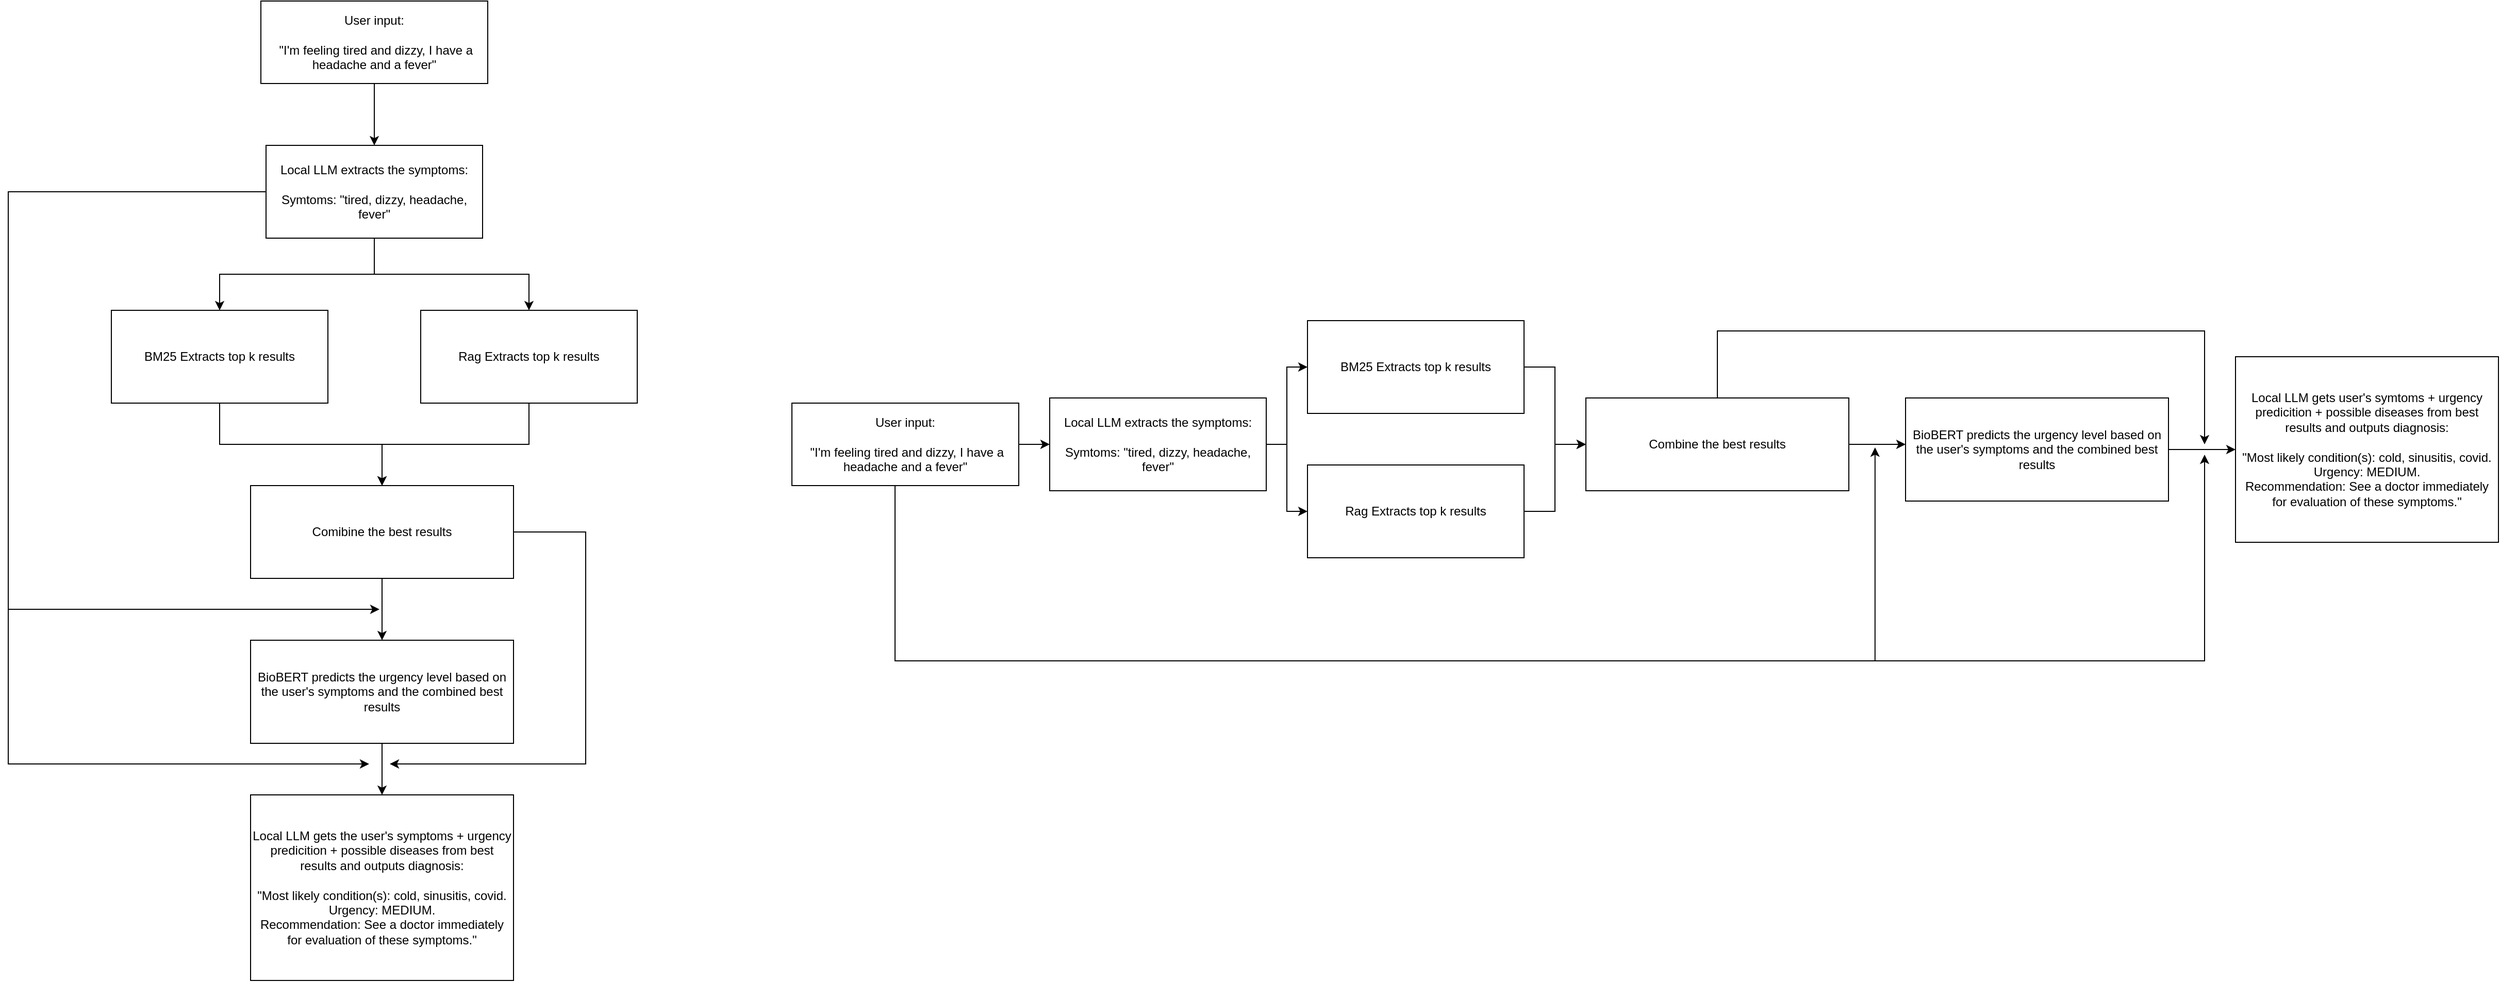
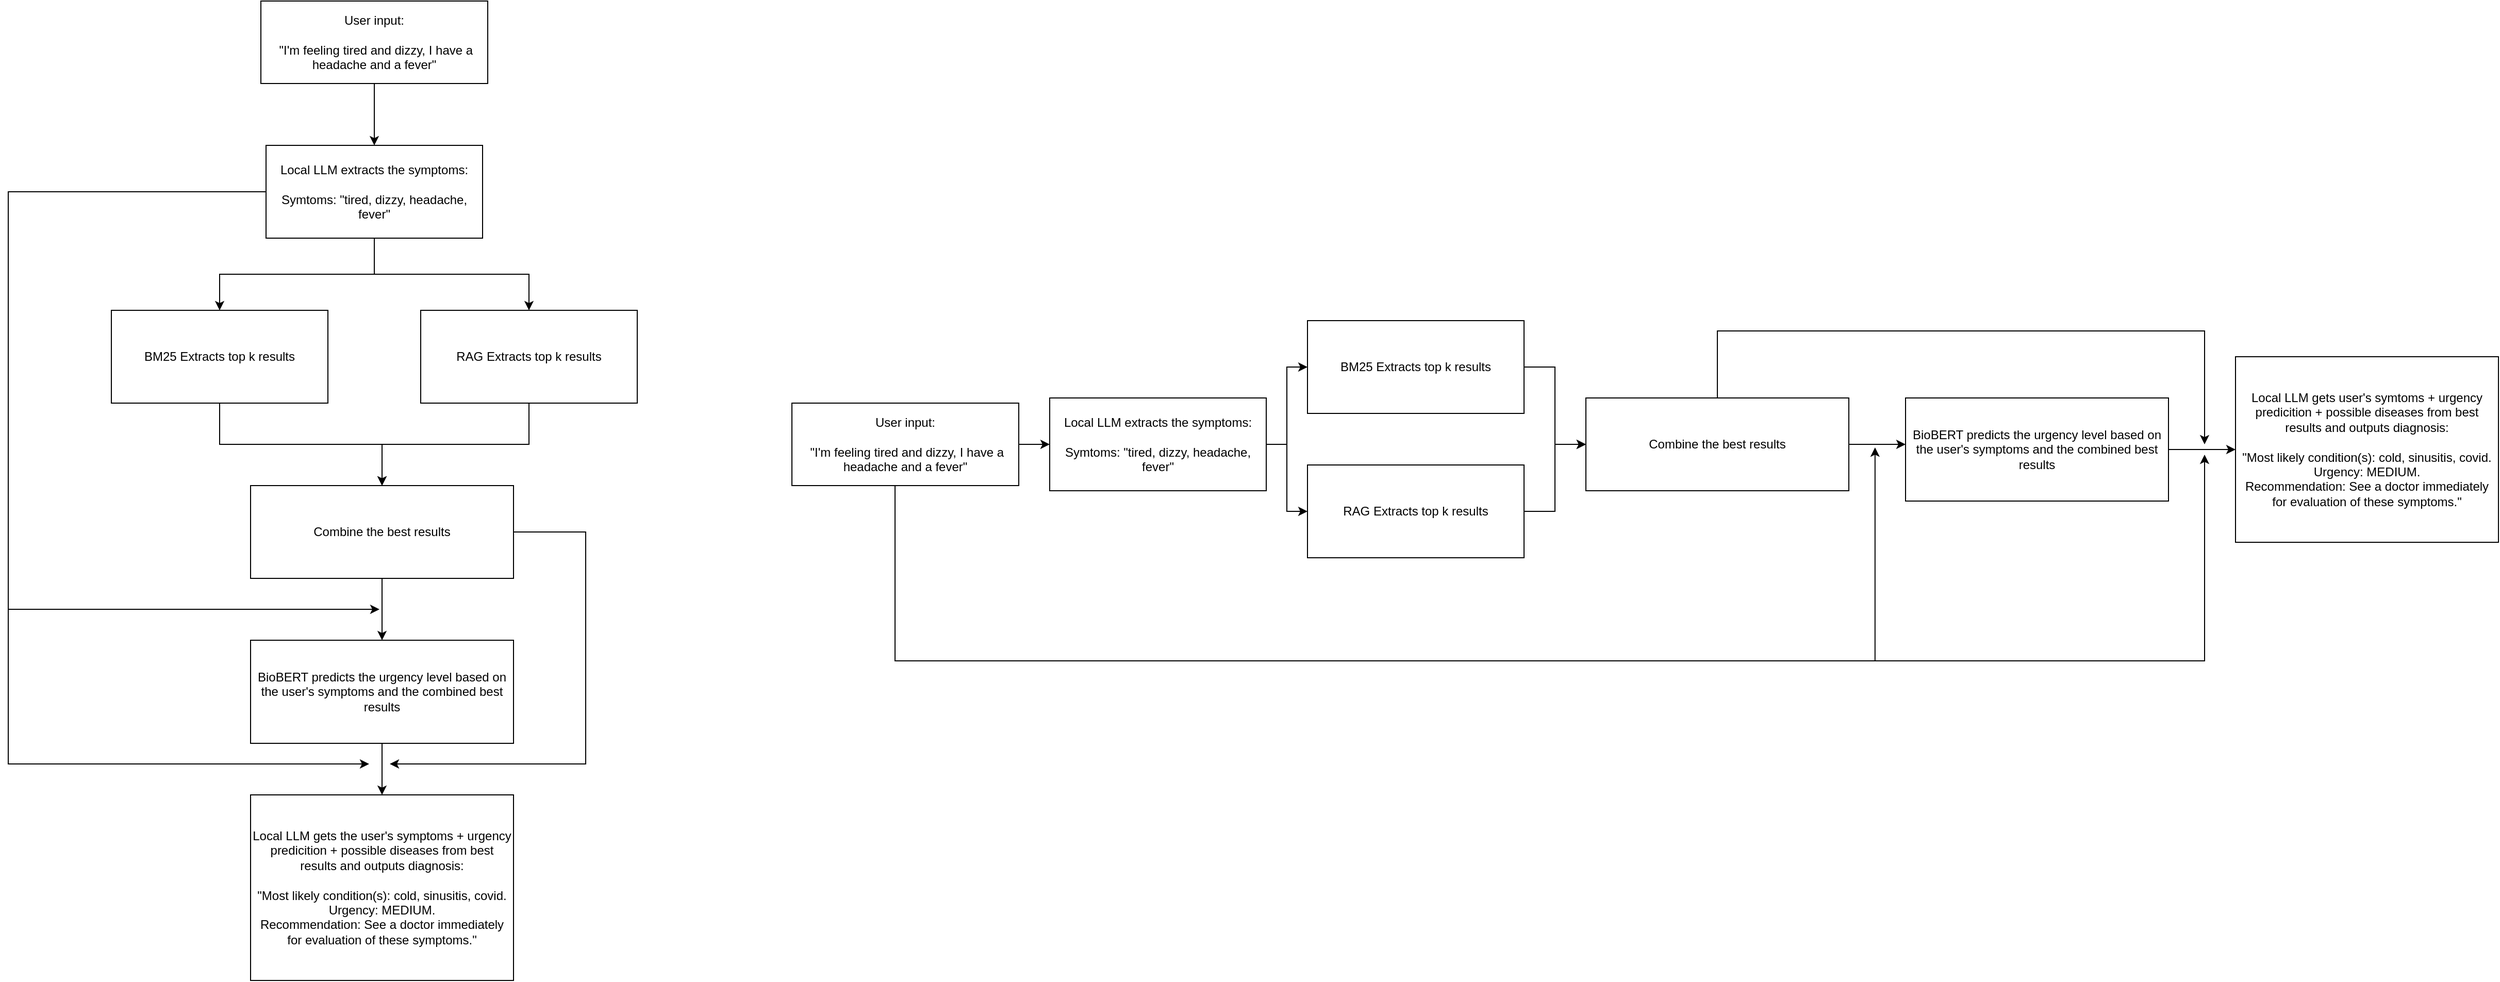
<mxfile host="app.diagrams.net">
  <diagram name="Page-1" id="xwwan3JBwpwhcqVraBZ7">
    <mxGraphModel dx="1965" dy="1125" grid="1" gridSize="10" guides="1" tooltips="1" connect="1" arrows="1" fold="1" page="1" pageScale="1" pageWidth="1100" pageHeight="1700" math="0" shadow="0">
      <root>
        <mxCell id="0" />
        <mxCell id="1" parent="0" />
        <mxCell id="aHj3oTs3HQtHgEqtrpzf-4" edge="1" parent="1" source="aHj3oTs3HQtHgEqtrpzf-1" style="edgeStyle=orthogonalEdgeStyle;rounded=0;orthogonalLoop=1;jettySize=auto;html=1;" target="aHj3oTs3HQtHgEqtrpzf-3">
          <mxGeometry relative="1" as="geometry" />
        </mxCell>
        <mxCell id="aHj3oTs3HQtHgEqtrpzf-1" parent="1" style="rounded=0;whiteSpace=wrap;html=1;" value="User input:&lt;div&gt;&lt;br&gt;&lt;/div&gt;&lt;div&gt;&amp;nbsp;&quot;I&#39;m feeling tired and dizzy, I have a headache and a fever&quot;&lt;/div&gt;" vertex="1">
          <mxGeometry height="80" width="220" x="355" y="30" as="geometry" />
        </mxCell>
        <mxCell id="aHj3oTs3HQtHgEqtrpzf-7" edge="1" parent="1" source="aHj3oTs3HQtHgEqtrpzf-3" style="edgeStyle=orthogonalEdgeStyle;rounded=0;orthogonalLoop=1;jettySize=auto;html=1;" target="aHj3oTs3HQtHgEqtrpzf-5">
          <mxGeometry relative="1" as="geometry" />
        </mxCell>
        <mxCell id="aHj3oTs3HQtHgEqtrpzf-8" edge="1" parent="1" source="aHj3oTs3HQtHgEqtrpzf-3" style="edgeStyle=orthogonalEdgeStyle;rounded=0;orthogonalLoop=1;jettySize=auto;html=1;entryX=0.5;entryY=0;entryDx=0;entryDy=0;" target="aHj3oTs3HQtHgEqtrpzf-6">
          <mxGeometry relative="1" as="geometry" />
        </mxCell>
        <mxCell id="aHj3oTs3HQtHgEqtrpzf-17" edge="1" parent="1" source="aHj3oTs3HQtHgEqtrpzf-3" style="edgeStyle=orthogonalEdgeStyle;rounded=0;orthogonalLoop=1;jettySize=auto;html=1;">
          <mxGeometry relative="1" as="geometry">
            <Array as="points">
              <mxPoint x="110" y="215" />
              <mxPoint x="110" y="770" />
              <mxPoint x="345" y="770" />
            </Array>
            <mxPoint x="460" y="770" as="targetPoint" />
          </mxGeometry>
        </mxCell>
        <mxCell id="aHj3oTs3HQtHgEqtrpzf-3" parent="1" style="rounded=0;whiteSpace=wrap;html=1;" value="Local LLM extracts the symptoms:&lt;div&gt;&lt;br&gt;&lt;/div&gt;&lt;div&gt;Symtoms: &quot;tired, dizzy, headache, fever&quot;&lt;/div&gt;" vertex="1">
          <mxGeometry height="90" width="210" x="360" y="170" as="geometry" />
        </mxCell>
        <mxCell id="aHj3oTs3HQtHgEqtrpzf-10" edge="1" parent="1" source="aHj3oTs3HQtHgEqtrpzf-5" style="edgeStyle=orthogonalEdgeStyle;rounded=0;orthogonalLoop=1;jettySize=auto;html=1;" target="aHj3oTs3HQtHgEqtrpzf-9">
          <mxGeometry relative="1" as="geometry" />
        </mxCell>
        <mxCell id="aHj3oTs3HQtHgEqtrpzf-5" parent="1" style="rounded=0;whiteSpace=wrap;html=1;" value="BM25 Extracts top k results" vertex="1">
          <mxGeometry height="90" width="210" x="210" y="330" as="geometry" />
        </mxCell>
        <mxCell id="aHj3oTs3HQtHgEqtrpzf-11" edge="1" parent="1" source="aHj3oTs3HQtHgEqtrpzf-6" style="edgeStyle=orthogonalEdgeStyle;rounded=0;orthogonalLoop=1;jettySize=auto;html=1;entryX=0.5;entryY=0;entryDx=0;entryDy=0;" target="aHj3oTs3HQtHgEqtrpzf-9">
          <mxGeometry relative="1" as="geometry" />
        </mxCell>
-         <mxCell id="aHj3oTs3HQtHgEqtrpzf-6" parent="1" style="rounded=0;whiteSpace=wrap;html=1;" value="Rag Extracts top k results" vertex="1">
+         <mxCell id="aHj3oTs3HQtHgEqtrpzf-6" parent="1" style="rounded=0;whiteSpace=wrap;html=1;" value="RAG Extracts top k results" vertex="1">
          <mxGeometry height="90" width="210" x="510" y="330" as="geometry" />
        </mxCell>
        <mxCell id="aHj3oTs3HQtHgEqtrpzf-13" edge="1" parent="1" source="aHj3oTs3HQtHgEqtrpzf-9" style="edgeStyle=orthogonalEdgeStyle;rounded=0;orthogonalLoop=1;jettySize=auto;html=1;entryX=0.5;entryY=0;entryDx=0;entryDy=0;" target="aHj3oTs3HQtHgEqtrpzf-12">
          <mxGeometry relative="1" as="geometry" />
        </mxCell>
        <mxCell id="aHj3oTs3HQtHgEqtrpzf-45" edge="1" parent="1" source="aHj3oTs3HQtHgEqtrpzf-9" style="edgeStyle=orthogonalEdgeStyle;rounded=0;orthogonalLoop=1;jettySize=auto;html=1;">
          <mxGeometry relative="1" as="geometry">
            <Array as="points">
              <mxPoint x="670" y="545" />
              <mxPoint x="670" y="770" />
            </Array>
            <mxPoint x="480" y="770" as="targetPoint" />
          </mxGeometry>
        </mxCell>
-         <mxCell id="aHj3oTs3HQtHgEqtrpzf-9" parent="1" style="rounded=0;whiteSpace=wrap;html=1;" value="Comibine the best results" vertex="1">
+         <mxCell id="aHj3oTs3HQtHgEqtrpzf-9" parent="1" style="rounded=0;whiteSpace=wrap;html=1;" value="Combine the best results" vertex="1">
          <mxGeometry height="90" width="255" x="345" y="500" as="geometry" />
        </mxCell>
        <mxCell id="aHj3oTs3HQtHgEqtrpzf-15" edge="1" parent="1" source="aHj3oTs3HQtHgEqtrpzf-12" style="edgeStyle=orthogonalEdgeStyle;rounded=0;orthogonalLoop=1;jettySize=auto;html=1;entryX=0.5;entryY=0;entryDx=0;entryDy=0;" target="aHj3oTs3HQtHgEqtrpzf-16">
          <mxGeometry relative="1" as="geometry">
            <mxPoint x="450" y="810" as="targetPoint" />
          </mxGeometry>
        </mxCell>
        <mxCell id="aHj3oTs3HQtHgEqtrpzf-12" parent="1" style="rounded=0;whiteSpace=wrap;html=1;" value="BioBERT predicts the urgency level based on the user&#39;s symptoms and the combined best results" vertex="1">
          <mxGeometry height="100" width="255" x="345" y="650" as="geometry" />
        </mxCell>
        <mxCell id="aHj3oTs3HQtHgEqtrpzf-14" edge="1" parent="1" source="aHj3oTs3HQtHgEqtrpzf-3" style="edgeStyle=orthogonalEdgeStyle;rounded=0;orthogonalLoop=1;jettySize=auto;html=1;">
          <mxGeometry relative="1" as="geometry">
            <Array as="points">
              <mxPoint x="110" y="215" />
              <mxPoint x="110" y="620" />
              <mxPoint x="340" y="620" />
            </Array>
            <mxPoint x="470" y="620" as="targetPoint" />
          </mxGeometry>
        </mxCell>
        <mxCell id="aHj3oTs3HQtHgEqtrpzf-16" parent="1" style="rounded=0;whiteSpace=wrap;html=1;" value="Local LLM gets the user&#39;s symptoms + urgency predicition + possible diseases from best results and outputs diagnosis:&lt;div&gt;&lt;br&gt;&lt;/div&gt;&lt;div&gt;&quot;&lt;span style=&quot;background-color: transparent;&quot;&gt;Most likely condition(s): cold, sinusitis, covid.&lt;/span&gt;&lt;/div&gt;&lt;div&gt;Urgency: MEDIUM.&lt;/div&gt;&lt;div&gt;&lt;span style=&quot;background-color: transparent;&quot;&gt;Recommendation: See a doctor immediately for evaluation of these symptoms.&lt;/span&gt;&quot;&lt;/div&gt;" vertex="1">
          <mxGeometry height="180" width="255" x="345" y="800" as="geometry" />
        </mxCell>
        <mxCell id="aHj3oTs3HQtHgEqtrpzf-19" edge="1" parent="1" source="aHj3oTs3HQtHgEqtrpzf-20" style="edgeStyle=orthogonalEdgeStyle;rounded=0;orthogonalLoop=1;jettySize=auto;html=1;" target="aHj3oTs3HQtHgEqtrpzf-24">
          <mxGeometry relative="1" as="geometry" />
        </mxCell>
        <mxCell id="aHj3oTs3HQtHgEqtrpzf-39" edge="1" parent="1" source="aHj3oTs3HQtHgEqtrpzf-20" style="edgeStyle=orthogonalEdgeStyle;rounded=0;orthogonalLoop=1;jettySize=auto;html=1;entryX=0.433;entryY=0.98;entryDx=0;entryDy=0;entryPerimeter=0;exitX=0.5;exitY=1;exitDx=0;exitDy=0;">
          <mxGeometry relative="1" as="geometry">
            <Array as="points">
              <mxPoint x="970" y="500" />
              <mxPoint x="970" y="670" />
              <mxPoint x="1920" y="670" />
            </Array>
            <mxPoint x="840" y="450" as="sourcePoint" />
            <mxPoint x="1920.415" y="463" as="targetPoint" />
          </mxGeometry>
        </mxCell>
        <mxCell id="aHj3oTs3HQtHgEqtrpzf-40" edge="1" parent="1" style="edgeStyle=orthogonalEdgeStyle;rounded=0;orthogonalLoop=1;jettySize=auto;html=1;">
          <mxGeometry relative="1" as="geometry">
            <Array as="points">
              <mxPoint x="970" y="670" />
              <mxPoint x="2240" y="670" />
              <mxPoint x="2240" y="470" />
            </Array>
            <mxPoint x="970" y="500" as="sourcePoint" />
            <mxPoint x="2240" y="470" as="targetPoint" />
          </mxGeometry>
        </mxCell>
        <mxCell id="aHj3oTs3HQtHgEqtrpzf-20" parent="1" style="rounded=0;whiteSpace=wrap;html=1;" value="User input:&lt;div&gt;&lt;br&gt;&lt;/div&gt;&lt;div&gt;&amp;nbsp;&quot;I&#39;m feeling tired and dizzy, I have a headache and a fever&quot;&lt;/div&gt;" vertex="1">
          <mxGeometry height="80" width="220" x="870.0000000000001" y="420" as="geometry" />
        </mxCell>
        <mxCell id="aHj3oTs3HQtHgEqtrpzf-21" edge="1" parent="1" source="aHj3oTs3HQtHgEqtrpzf-24" style="edgeStyle=orthogonalEdgeStyle;rounded=0;orthogonalLoop=1;jettySize=auto;html=1;" target="aHj3oTs3HQtHgEqtrpzf-26">
          <mxGeometry relative="1" as="geometry" />
        </mxCell>
        <mxCell id="aHj3oTs3HQtHgEqtrpzf-36" edge="1" parent="1" source="aHj3oTs3HQtHgEqtrpzf-24" style="edgeStyle=orthogonalEdgeStyle;rounded=0;orthogonalLoop=1;jettySize=auto;html=1;entryX=0;entryY=0.5;entryDx=0;entryDy=0;" target="aHj3oTs3HQtHgEqtrpzf-28">
          <mxGeometry relative="1" as="geometry" />
        </mxCell>
        <mxCell id="aHj3oTs3HQtHgEqtrpzf-24" parent="1" style="rounded=0;whiteSpace=wrap;html=1;" value="Local LLM extracts the symptoms:&lt;div&gt;&lt;br&gt;&lt;/div&gt;&lt;div&gt;Symtoms: &quot;tired, dizzy, headache, fever&quot;&lt;/div&gt;" vertex="1">
          <mxGeometry height="90" width="210" x="1120" y="415" as="geometry" />
        </mxCell>
        <mxCell id="aHj3oTs3HQtHgEqtrpzf-25" edge="1" parent="1" source="aHj3oTs3HQtHgEqtrpzf-26" style="edgeStyle=orthogonalEdgeStyle;rounded=0;orthogonalLoop=1;jettySize=auto;html=1;" target="aHj3oTs3HQtHgEqtrpzf-30">
          <mxGeometry relative="1" as="geometry" />
        </mxCell>
        <mxCell id="aHj3oTs3HQtHgEqtrpzf-37" edge="1" parent="1" source="aHj3oTs3HQtHgEqtrpzf-28" style="edgeStyle=orthogonalEdgeStyle;rounded=0;orthogonalLoop=1;jettySize=auto;html=1;exitX=1;exitY=0.5;exitDx=0;exitDy=0;">
          <mxGeometry relative="1" as="geometry">
            <Array as="points">
              <mxPoint x="1610" y="525" />
              <mxPoint x="1610" y="460" />
            </Array>
            <mxPoint x="1640" y="460" as="targetPoint" />
          </mxGeometry>
        </mxCell>
-         <mxCell id="aHj3oTs3HQtHgEqtrpzf-28" parent="1" style="rounded=0;whiteSpace=wrap;html=1;" value="Rag Extracts top k results" vertex="1">
+         <mxCell id="aHj3oTs3HQtHgEqtrpzf-28" parent="1" style="rounded=0;whiteSpace=wrap;html=1;" value="RAG Extracts top k results" vertex="1">
          <mxGeometry height="90" width="210" x="1370" y="480" as="geometry" />
        </mxCell>
        <mxCell id="aHj3oTs3HQtHgEqtrpzf-42" edge="1" parent="1" source="aHj3oTs3HQtHgEqtrpzf-30" style="edgeStyle=orthogonalEdgeStyle;rounded=0;orthogonalLoop=1;jettySize=auto;html=1;">
          <mxGeometry relative="1" as="geometry">
            <Array as="points">
              <mxPoint x="1767" y="350" />
              <mxPoint x="2240" y="350" />
            </Array>
            <mxPoint x="2240" y="460" as="targetPoint" />
          </mxGeometry>
        </mxCell>
        <mxCell id="aHj3oTs3HQtHgEqtrpzf-30" parent="1" style="rounded=0;whiteSpace=wrap;html=1;" value="Combine the best results" vertex="1">
          <mxGeometry height="90" width="255" x="1640" y="415" as="geometry" />
        </mxCell>
        <mxCell id="aHj3oTs3HQtHgEqtrpzf-41" edge="1" parent="1" source="aHj3oTs3HQtHgEqtrpzf-32" style="edgeStyle=orthogonalEdgeStyle;rounded=0;orthogonalLoop=1;jettySize=auto;html=1;entryX=0;entryY=0.5;entryDx=0;entryDy=0;" target="aHj3oTs3HQtHgEqtrpzf-34">
          <mxGeometry relative="1" as="geometry" />
        </mxCell>
        <mxCell id="aHj3oTs3HQtHgEqtrpzf-32" parent="1" style="rounded=0;whiteSpace=wrap;html=1;" value="BioBERT predicts the urgency level based on the user&#39;s symptoms and the combined best results" vertex="1">
          <mxGeometry height="100" width="255" x="1950" y="415" as="geometry" />
        </mxCell>
        <mxCell id="aHj3oTs3HQtHgEqtrpzf-34" parent="1" style="rounded=0;whiteSpace=wrap;html=1;" value="Local LLM gets user&#39;s symtoms + urgency predicition + possible diseases from best results and outputs diagnosis:&lt;div&gt;&lt;br&gt;&lt;/div&gt;&lt;div&gt;&quot;&lt;span style=&quot;background-color: transparent;&quot;&gt;Most likely condition(s): cold, sinusitis, covid.&lt;/span&gt;&lt;/div&gt;&lt;div&gt;Urgency: MEDIUM.&lt;/div&gt;&lt;div&gt;&lt;span style=&quot;background-color: transparent;&quot;&gt;Recommendation: See a doctor immediately for evaluation of these symptoms.&lt;/span&gt;&quot;&lt;/div&gt;" vertex="1">
          <mxGeometry height="180" width="255" x="2270" y="375" as="geometry" />
        </mxCell>
        <mxCell id="aHj3oTs3HQtHgEqtrpzf-26" parent="1" style="rounded=0;whiteSpace=wrap;html=1;" value="BM25 Extracts top k results" vertex="1">
          <mxGeometry height="90" width="210" x="1370" y="340" as="geometry" />
        </mxCell>
        <mxCell id="aHj3oTs3HQtHgEqtrpzf-38" edge="1" parent="1" source="aHj3oTs3HQtHgEqtrpzf-30" style="edgeStyle=orthogonalEdgeStyle;rounded=0;orthogonalLoop=1;jettySize=auto;html=1;entryX=0;entryY=0.45;entryDx=0;entryDy=0;entryPerimeter=0;" target="aHj3oTs3HQtHgEqtrpzf-32">
          <mxGeometry relative="1" as="geometry" />
        </mxCell>
      </root>
    </mxGraphModel>
  </diagram>
</mxfile>
